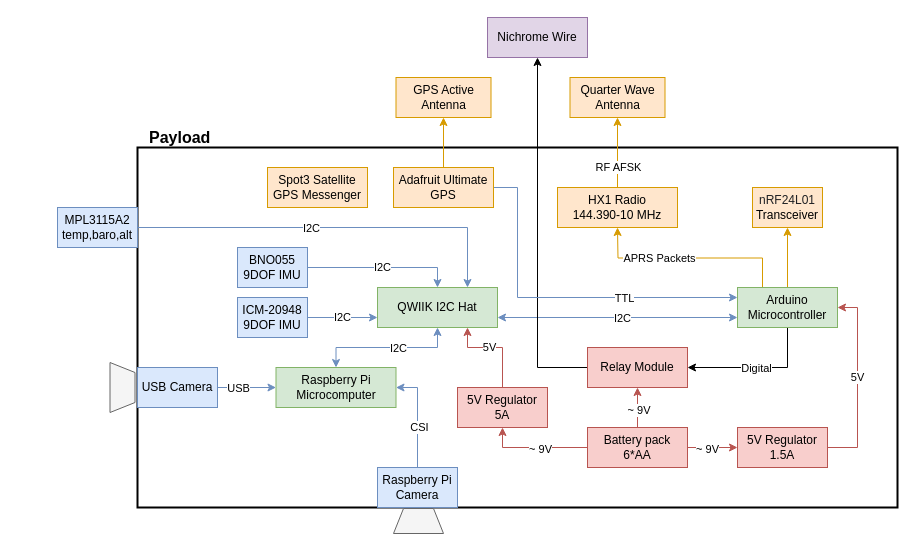
GAVLab/ros-hab-dcs keeps this draw.io diagram as page "System Diagram" (2 of 2) of diagrams/electrical_block_diagram.drawio. Above is the earlier version. Source tidied: cells renumbered, new cells numbered last; positions are measured from the earlier drawing's top-left corner, leaving out a move shared by most shapes. Both pictures are drawn from the tidied source at 100%, with x=0, y=0 at pixel (57, 17).
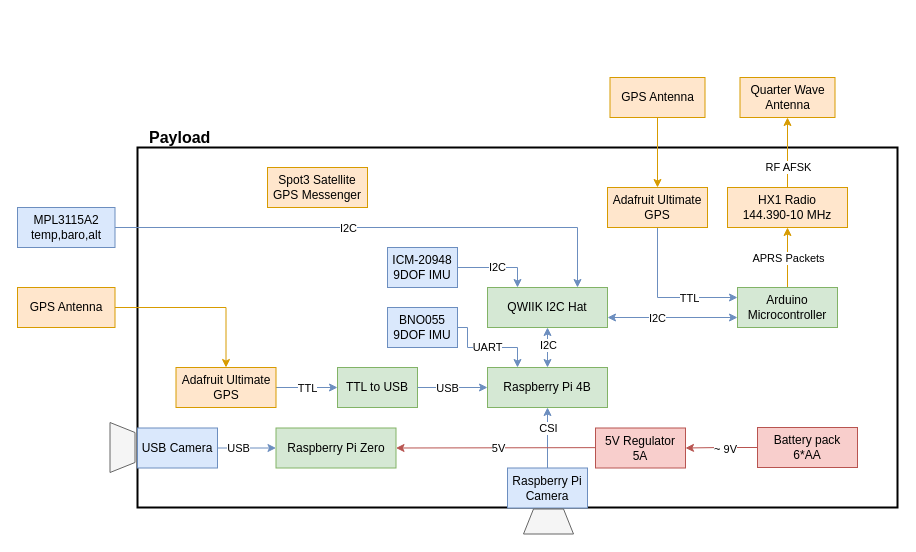
The same diagram, later.

Unchanged cells that the change refers to:
```xml
<mxCell id="30" value="Arduino&lt;br&gt;Microcontroller" style="rounded=0;whiteSpace=wrap;html=1;fillColor=#d5e8d4;strokeColor=#82b366;" parent="1" vertex="1">
  <mxGeometry x="680" y="270" width="100" height="40" as="geometry" />
</mxCell>
```

Diff of the diagram source:
```diff
@@
+    <mxCell id="57" style="edgeStyle=orthogonalEdgeStyle;rounded=0;jettySize=auto;html=1;exitX=0;exitY=0.5;exitDx=0;exitDy=0;entryX=1;entryY=0.5;entryDx=0;entryDy=0;startArrow=classic;startFill=1;endArrow=none;endFill=0;fillColor=#dae8fc;strokeColor=#6c8ebf;" parent="1" edge="1" source="64" target="62">
+      <mxGeometry relative="1" as="geometry" />
+    </mxCell>
+    <mxCell id="58" value="TTL" style="edgeLabel;html=1;align=center;verticalAlign=middle;" parent="57" vertex="1">
+      <mxGeometry x="-0.13" relative="1" as="geometry">
+        <mxPoint x="-3.1" as="offset" />
+      </mxGeometry>
+    </mxCell>
-    <mxCell id="5" value="Raspberry Pi&lt;br&gt;Microcomputer" style="rounded=0;whiteSpace=wrap;html=1;fillColor=#d5e8d4;strokeColor=#82b366;" parent="1" vertex="1">
-      <mxGeometry x="218.5" y="350" width="120" height="40" as="geometry" />
+    <mxCell id="5" value="Raspberry Pi 4B" style="rounded=0;whiteSpace=wrap;html=1;fillColor=#d5e8d4;strokeColor=#82b366;" parent="1" vertex="1">
+      <mxGeometry x="430" y="350" width="120" height="40" as="geometry" />
     </mxCell>
-    <mxCell id="6" style="edgeStyle=orthogonalEdgeStyle;rounded=0;jettySize=auto;html=1;startArrow=none;startFill=0;fontColor=#EA6B66;fillColor=#dae8fc;strokeColor=#6c8ebf;entryX=1;entryY=0.5;entryDx=0;entryDy=0;" parent="1" edge="1" source="8" target="5">
+    <mxCell id="6" style="edgeStyle=orthogonalEdgeStyle;rounded=0;jettySize=auto;html=1;startArrow=none;startFill=0;fontColor=#EA6B66;fillColor=#dae8fc;strokeColor=#6c8ebf;entryX=0.5;entryY=1;entryDx=0;entryDy=0;exitX=0.5;exitY=0;exitDx=0;exitDy=0;" parent="1" edge="1" source="8" target="5">
       <mxGeometry relative="1" as="geometry">
         <Array as="points">
-          <mxPoint x="360" y="370" />
+          <mxPoint x="490" y="390" />
         </Array>
       </mxGeometry>
     </mxCell>
     <mxCell id="7" value="CSI" style="edgeLabel;html=1;align=center;verticalAlign=middle;fontColor=#000000;" parent="6" vertex="1">
       <mxGeometry x="-0.33" relative="1" as="geometry">
-        <mxPoint x="1" y="-6.7" as="offset" />
+        <mxPoint y="-20" as="offset" />
       </mxGeometry>
     </mxCell>
     <mxCell id="8" value="Raspberry Pi&lt;br&gt;Camera" style="rounded=0;whiteSpace=wrap;html=1;fillColor=#dae8fc;strokeColor=#6c8ebf;" parent="1" vertex="1">
-      <mxGeometry x="320" y="450" width="80" height="40" as="geometry" />
+      <mxGeometry x="450" y="450.5" width="80" height="40" as="geometry" />
     </mxCell>
-    <mxCell id="9" value="I2C" style="edgeStyle=orthogonalEdgeStyle;rounded=0;jettySize=auto;html=1;startArrow=none;startFill=0;fontColor=#000000;fillColor=#dae8fc;strokeColor=#6c8ebf;entryX=0.5;entryY=0;entryDx=0;entryDy=0;" parent="1" edge="1" source="10" target="39">
-      <mxGeometry relative="1" as="geometry" />
+    <mxCell id="9" value="UART" style="edgeStyle=orthogonalEdgeStyle;rounded=0;jettySize=auto;html=1;startArrow=none;startFill=0;fontColor=#000000;fillColor=#dae8fc;strokeColor=#6c8ebf;" parent="1" edge="1" source="10">
+      <mxGeometry relative="1" as="geometry">
+        <mxPoint x="460" y="350" as="targetPoint" />
+        <Array as="points">
+          <mxPoint x="410" y="310" />
+          <mxPoint x="410" y="330" />
+          <mxPoint x="460" y="330" />
+        </Array>
+      </mxGeometry>
     </mxCell>
     <mxCell id="10" value="BNO055 9DOF IMU" style="rounded=0;whiteSpace=wrap;html=1;fillColor=#dae8fc;strokeColor=#6c8ebf;" parent="1" vertex="1">
-      <mxGeometry x="180" y="230" width="70" height="40" as="geometry" />
+      <mxGeometry x="330" y="290" width="70" height="40" as="geometry" />
     </mxCell>
-    <mxCell id="11" value="&lt;font style=&quot;font-size: 12px&quot;&gt;&lt;span style=&quot;color: rgb(32 , 33 , 36) ; text-align: left&quot;&gt;nRF24L01&lt;/span&gt;&lt;br&gt;Transceiver&lt;/font&gt;" style="rounded=0;whiteSpace=wrap;html=1;fillColor=#ffe6cc;strokeColor=#d79b00;" parent="1" vertex="1">
-      <mxGeometry x="695" y="170" width="70" height="40" as="geometry" />
-    </mxCell>
@@
     <mxCell id="14" value="MPL3115A2 temp,baro,alt" style="rounded=0;whiteSpace=wrap;html=1;fillColor=#dae8fc;strokeColor=#6c8ebf;" parent="1" vertex="1">
-      <mxGeometry y="190" width="80" height="40" as="geometry" />
+      <mxGeometry x="-40" y="190" width="97.5" height="40" as="geometry" />
     </mxCell>
-    <mxCell id="15" style="edgeStyle=orthogonalEdgeStyle;rounded=0;jettySize=auto;html=1;entryX=0;entryY=0.5;entryDx=0;entryDy=0;startArrow=none;startFill=0;fontColor=#EA6B66;fillColor=#dae8fc;strokeColor=#6c8ebf;" parent="1" edge="1" source="17" target="5">
+    <mxCell id="15" style="edgeStyle=orthogonalEdgeStyle;rounded=0;jettySize=auto;html=1;entryX=0;entryY=0.5;entryDx=0;entryDy=0;startArrow=none;startFill=0;fontColor=#EA6B66;fillColor=#dae8fc;strokeColor=#6c8ebf;" parent="1" edge="1" source="17" target="60">
       <mxGeometry relative="1" as="geometry" />
     </mxCell>
@@
     <mxCell id="17" value="USB Camera" style="rounded=0;whiteSpace=wrap;html=1;fillColor=#dae8fc;strokeColor=#6c8ebf;" parent="1" vertex="1">
-      <mxGeometry x="80" y="350" width="80" height="40" as="geometry" />
+      <mxGeometry x="80" y="410.5" width="80" height="40" as="geometry" />
     </mxCell>
-    <mxCell id="18" style="edgeStyle=orthogonalEdgeStyle;rounded=0;jettySize=auto;html=1;startArrow=none;startFill=0;fontColor=#000000;fillColor=#f8cecc;strokeColor=#b85450;" parent="1" edge="1" source="24" target="42">
-      <mxGeometry relative="1" as="geometry" />
-    </mxCell>
-    <mxCell id="19" value="&amp;nbsp;~ 9V" style="edgeLabel;html=1;align=center;verticalAlign=middle;fontColor=#000000;" parent="18" vertex="1">
-      <mxGeometry x="-0.1" y="1" relative="1" as="geometry" />
-    </mxCell>
-    <mxCell id="20" style="edgeStyle=orthogonalEdgeStyle;rounded=0;jettySize=auto;html=1;exitX=1;exitY=0.5;exitDx=0;exitDy=0;entryX=0;entryY=0.5;entryDx=0;entryDy=0;endArrow=classic;endFill=1;fillColor=#f8cecc;strokeColor=#b85450;" parent="1" edge="1" source="24" target="36">
-      <mxGeometry relative="1" as="geometry" />
-    </mxCell>
-    <mxCell id="21" value="~ 9V" style="edgeLabel;html=1;align=center;verticalAlign=middle;" parent="20" vertex="1">
-      <mxGeometry x="-0.25" y="-1" relative="1" as="geometry" />
-    </mxCell>
-    <mxCell id="22" style="edgeStyle=orthogonalEdgeStyle;rounded=0;jettySize=auto;html=1;exitX=0;exitY=0.5;exitDx=0;exitDy=0;entryX=0.5;entryY=1;entryDx=0;entryDy=0;endArrow=classic;endFill=1;fillColor=#f8cecc;strokeColor=#b85450;" parent="1" edge="1" source="24" target="56">
+    <mxCell id="22" style="edgeStyle=orthogonalEdgeStyle;rounded=0;jettySize=auto;html=1;exitX=0;exitY=0.5;exitDx=0;exitDy=0;entryX=1;entryY=0.5;entryDx=0;entryDy=0;endArrow=classic;endFill=1;fillColor=#f8cecc;strokeColor=#b85450;" parent="1" edge="1" source="24" target="56">
       <mxGeometry relative="1" as="geometry" />
     </mxCell>
@@
     <mxCell id="24" value="Battery pack&lt;br&gt;6*AA" style="rounded=0;whiteSpace=wrap;html=1;fillColor=#f8cecc;strokeColor=#b85450;" parent="1" vertex="1">
-      <mxGeometry x="530" y="410" width="100" height="40" as="geometry" />
+      <mxGeometry x="700" y="410" width="100" height="40" as="geometry" />
     </mxCell>
-    <mxCell id="25" style="edgeStyle=orthogonalEdgeStyle;rounded=0;jettySize=auto;html=1;exitX=0.5;exitY=0;exitDx=0;exitDy=0;entryX=0.5;entryY=1;entryDx=0;entryDy=0;startArrow=none;startFill=0;fillColor=#ffe6cc;strokeColor=#d79b00;" parent="1" edge="1" source="30" target="11">
-      <mxGeometry relative="1" as="geometry" />
-    </mxCell>
-    <mxCell id="26" style="edgeStyle=orthogonalEdgeStyle;rounded=0;jettySize=auto;html=1;entryX=1;entryY=0.5;entryDx=0;entryDy=0;startArrow=none;startFill=0;fontColor=#EA6B66;exitX=0.5;exitY=1;exitDx=0;exitDy=0;" parent="1" edge="1" source="30" target="42">
-      <mxGeometry relative="1" as="geometry" />
-    </mxCell>
-    <mxCell id="27" value="Digital" style="edgeLabel;html=1;align=center;verticalAlign=middle;" parent="26" vertex="1">
-      <mxGeometry x="0.03" relative="1" as="geometry" />
-    </mxCell>
-    <mxCell id="28" style="edgeStyle=orthogonalEdgeStyle;rounded=0;jettySize=auto;html=1;exitX=0.25;exitY=0;exitDx=0;exitDy=0;entryX=0.5;entryY=1;entryDx=0;entryDy=0;startArrow=none;startFill=0;fontColor=#000000;fillColor=#ffe6cc;strokeColor=#d79b00;" parent="1" edge="1" source="30">
-      <mxGeometry relative="1" as="geometry">
-        <mxPoint x="560" y="210" as="targetPoint" />
-      </mxGeometry>
+    <mxCell id="28" style="edgeStyle=orthogonalEdgeStyle;rounded=0;jettySize=auto;html=1;exitX=0.5;exitY=0;exitDx=0;exitDy=0;entryX=0.5;entryY=1;entryDx=0;entryDy=0;startArrow=none;startFill=0;fontColor=#000000;fillColor=#ffe6cc;strokeColor=#d79b00;" parent="1" edge="1" source="30" target="45">
+      <mxGeometry relative="1" as="geometry" />
     </mxCell>
     <mxCell id="29" value="APRS Packets" style="edgeLabel;html=1;align=center;verticalAlign=middle;fontColor=#000000;" parent="28" vertex="1">
       <mxGeometry x="0.21" relative="1" as="geometry">
-        <mxPoint x="-9.2" as="offset" />
+        <mxPoint y="6.5" as="offset" />
       </mxGeometry>
     </mxCell>
@@
     <mxCell id="31" style="edgeStyle=orthogonalEdgeStyle;rounded=0;jettySize=auto;html=1;entryX=0.5;entryY=1;entryDx=0;entryDy=0;startArrow=none;startFill=0;fontColor=#000000;fillColor=#ffe6cc;strokeColor=#d79b00;exitX=0.5;exitY=0;exitDx=0;exitDy=0;" parent="1" edge="1" target="44">
       <mxGeometry relative="1" as="geometry">
-        <mxPoint x="560" y="170" as="sourcePoint" />
+        <mxPoint x="730" y="170" as="sourcePoint" />
         <Array as="points">
-          <mxPoint x="560" y="100" />
-          <mxPoint x="560" y="100" />
+          <mxPoint x="730" y="100" />
+          <mxPoint x="730" y="100" />
         </Array>
       </mxGeometry>
     </mxCell>
@@
-    <mxCell id="33" value="I2C" style="edgeStyle=orthogonalEdgeStyle;rounded=0;jettySize=auto;html=1;exitX=1;exitY=0.5;exitDx=0;exitDy=0;entryX=0;entryY=0.75;entryDx=0;entryDy=0;endArrow=classic;endFill=1;fillColor=#dae8fc;strokeColor=#6c8ebf;" parent="1" edge="1" source="34" target="39">
+    <mxCell id="33" value="I2C" style="edgeStyle=orthogonalEdgeStyle;rounded=0;jettySize=auto;html=1;exitX=1;exitY=0.5;exitDx=0;exitDy=0;entryX=0.25;entryY=0;entryDx=0;entryDy=0;endArrow=classic;endFill=1;fillColor=#dae8fc;strokeColor=#6c8ebf;" parent="1" edge="1" source="34" target="39">
       <mxGeometry relative="1" as="geometry" />
     </mxCell>
     <mxCell id="34" value="ICM-20948&lt;br&gt;9DOF IMU" style="rounded=0;whiteSpace=wrap;html=1;fillColor=#dae8fc;strokeColor=#6c8ebf;" parent="1" vertex="1">
-      <mxGeometry x="180" y="280" width="70" height="40" as="geometry" />
+      <mxGeometry x="330" y="230" width="70" height="40" as="geometry" />
     </mxCell>
-    <mxCell id="35" value="&lt;font color=&quot;#000000&quot;&gt;5V&lt;/font&gt;" style="edgeStyle=orthogonalEdgeStyle;rounded=0;jettySize=auto;html=1;exitX=1;exitY=0.5;exitDx=0;exitDy=0;entryX=1;entryY=0.5;entryDx=0;entryDy=0;startArrow=none;startFill=0;fontColor=#97D077;fillColor=#f8cecc;strokeColor=#b85450;" parent="1" edge="1" source="36" target="30">
-      <mxGeometry x="0.05" relative="1" as="geometry" />
-    </mxCell>
-    <mxCell id="36" value="5V Regulator&lt;br&gt;1.5A" style="rounded=0;whiteSpace=wrap;html=1;fillColor=#f8cecc;strokeColor=#b85450;" parent="1" vertex="1">
-      <mxGeometry x="680" y="410" width="90" height="40" as="geometry" />
-    </mxCell>
@@
     <mxCell id="39" value="QWIIK I2C Hat" style="rounded=0;whiteSpace=wrap;html=1;fillColor=#d5e8d4;strokeColor=#82b366;" parent="1" vertex="1">
-      <mxGeometry x="320" y="270" width="120" height="40" as="geometry" />
+      <mxGeometry x="430" y="270" width="120" height="40" as="geometry" />
     </mxCell>
-    <mxCell id="40" value="Nichrome Wire" style="rounded=0;whiteSpace=wrap;html=1;fillColor=#e1d5e7;strokeColor=#9673a6;" parent="1" vertex="1">
-      <mxGeometry x="430" width="100" height="40" as="geometry" />
-    </mxCell>
-    <mxCell id="41" style="edgeStyle=orthogonalEdgeStyle;rounded=0;jettySize=auto;html=1;entryX=0.5;entryY=1;entryDx=0;entryDy=0;startArrow=none;startFill=0;fontColor=#000000;" parent="1" edge="1" source="42" target="40">
-      <mxGeometry relative="1" as="geometry">
-        <Array as="points">
-          <mxPoint x="480" y="350" />
-        </Array>
-      </mxGeometry>
-    </mxCell>
-    <mxCell id="42" value="Relay Module" style="rounded=0;whiteSpace=wrap;html=1;fillColor=#f8cecc;strokeColor=#b85450;" parent="1" vertex="1">
-      <mxGeometry x="530" y="330" width="100" height="40" as="geometry" />
-    </mxCell>
@@
     <mxCell id="44" value="Quarter Wave Antenna" style="rounded=0;whiteSpace=wrap;html=1;fillColor=#ffe6cc;strokeColor=#d79b00;" parent="1" vertex="1">
-      <mxGeometry x="512.5" y="60" width="95" height="40" as="geometry" />
+      <mxGeometry x="682.5" y="60" width="95" height="40" as="geometry" />
     </mxCell>
     <mxCell id="45" value="HX1 Radio&lt;br&gt;144.390-10 MHz" style="rounded=0;whiteSpace=wrap;html=1;strokeColor=#d79b00;strokeWidth=1;fillColor=#ffe6cc;" parent="1" vertex="1">
-      <mxGeometry x="500" y="170" width="120" height="40" as="geometry" />
+      <mxGeometry x="670" y="170" width="120" height="40" as="geometry" />
     </mxCell>
@@
     <mxCell id="47" style="shape=trapezoid;perimeter=trapezoidPerimeter;whiteSpace=wrap;html=1;fixedSize=1;strokeColor=#666666;strokeWidth=1;fillColor=#f5f5f5;fontSize=16;fontColor=#333333;align=left;rotation=90;size=10;" parent="1" vertex="1">
-      <mxGeometry x="40" y="357.5" width="50" height="25" as="geometry" />
+      <mxGeometry x="40" y="417.5" width="50" height="25" as="geometry" />
     </mxCell>
     <mxCell id="48" style="shape=trapezoid;perimeter=trapezoidPerimeter;whiteSpace=wrap;html=1;fixedSize=1;strokeColor=#666666;strokeWidth=1;fillColor=#f5f5f5;fontSize=16;fontColor=#333333;align=left;rotation=0;size=10;" parent="1" vertex="1">
-      <mxGeometry x="336" y="491" width="50" height="25" as="geometry" />
+      <mxGeometry x="466" y="491.5" width="50" height="25" as="geometry" />
     </mxCell>
-    <mxCell id="49" style="edgeStyle=orthogonalEdgeStyle;rounded=0;jettySize=auto;html=1;entryX=0;entryY=0.25;entryDx=0;entryDy=0;startArrow=none;startFill=0;endArrow=classic;endFill=1;fontSize=16;fontColor=#000000;fillColor=#dae8fc;strokeColor=#6c8ebf;" parent="1" edge="1" source="52" target="30">
+    <mxCell id="49" style="edgeStyle=orthogonalEdgeStyle;rounded=0;jettySize=auto;html=1;entryX=0;entryY=0.25;entryDx=0;entryDy=0;startArrow=none;startFill=0;endArrow=classic;endFill=1;fontSize=16;fontColor=#000000;fillColor=#dae8fc;strokeColor=#6c8ebf;exitX=0.5;exitY=1;exitDx=0;exitDy=0;" parent="1" edge="1" source="52" target="30">
       <mxGeometry relative="1" as="geometry">
         <Array as="points">
-          <mxPoint x="460" y="170" />
-          <mxPoint x="460" y="280" />
+          <mxPoint x="600" y="280" />
         </Array>
       </mxGeometry>
     </mxCell>
@@
-    <mxCell id="51" style="edgeStyle=orthogonalEdgeStyle;rounded=0;jettySize=auto;html=1;entryX=0.5;entryY=1;entryDx=0;entryDy=0;endArrow=classic;endFill=1;fillColor=#ffe6cc;strokeColor=#d79b00;" parent="1" edge="1" source="52" target="53">
+    <mxCell id="51" style="edgeStyle=orthogonalEdgeStyle;rounded=0;jettySize=auto;html=1;entryX=0.5;entryY=1;entryDx=0;entryDy=0;endArrow=none;endFill=0;fillColor=#ffe6cc;strokeColor=#d79b00;startArrow=classic;startFill=1;" parent="1" edge="1" source="52" target="53">
       <mxGeometry relative="1" as="geometry" />
     </mxCell>
     <mxCell id="52" value="&lt;span style=&quot;text-align: left&quot;&gt;Adafruit Ultimate GPS&lt;/span&gt;" style="rounded=0;whiteSpace=wrap;html=1;fillColor=#ffe6cc;strokeColor=#d79b00;" parent="1" vertex="1">
-      <mxGeometry x="336" y="150" width="100" height="40" as="geometry" />
+      <mxGeometry x="550" y="170" width="100" height="40" as="geometry" />
     </mxCell>
-    <mxCell id="53" value="GPS Active Antenna" style="rounded=0;whiteSpace=wrap;html=1;fillColor=#ffe6cc;strokeColor=#d79b00;" parent="1" vertex="1">
-      <mxGeometry x="338.5" y="60" width="95" height="40" as="geometry" />
+    <mxCell id="53" value="GPS Antenna" style="rounded=0;whiteSpace=wrap;html=1;fillColor=#ffe6cc;strokeColor=#d79b00;" parent="1" vertex="1">
+      <mxGeometry x="552.5" y="60" width="95" height="40" as="geometry" />
     </mxCell>
-    <mxCell id="54" style="edgeStyle=orthogonalEdgeStyle;rounded=0;jettySize=auto;html=1;exitX=0.5;exitY=0;exitDx=0;exitDy=0;entryX=0.75;entryY=1;entryDx=0;entryDy=0;endArrow=classic;endFill=1;fillColor=#f8cecc;strokeColor=#b85450;" parent="1" edge="1" source="56" target="39">
-      <mxGeometry relative="1" as="geometry">
-        <Array as="points">
-          <mxPoint x="445" y="330" />
-          <mxPoint x="410" y="330" />
-        </Array>
-      </mxGeometry>
-    </mxCell>
+    <mxCell id="59" style="edgeStyle=orthogonalEdgeStyle;rounded=0;jettySize=auto;html=1;exitX=0.25;exitY=1;exitDx=0;exitDy=0;entryX=1;entryY=0.5;entryDx=0;entryDy=0;endArrow=classic;endFill=1;fillColor=#f8cecc;strokeColor=#b85450;" parent="1" edge="1" source="56" target="60">
+      <mxGeometry relative="1" as="geometry">
+        <Array as="points">
+          <mxPoint x="612" y="430" />
+          <mxPoint x="400" y="430" />
+        </Array>
+      </mxGeometry>
+    </mxCell>
-    <mxCell id="55" value="5V" style="edgeLabel;html=1;align=center;verticalAlign=middle;" parent="54" vertex="1">
-      <mxGeometry x="0.14" y="-1" relative="1" as="geometry" />
+    <mxCell id="55" value="5V" style="edgeLabel;html=1;align=center;verticalAlign=middle;" parent="59" vertex="1">
+      <mxGeometry x="-0.53" relative="1" as="geometry">
+        <mxPoint x="-162.9" as="offset" />
+      </mxGeometry>
     </mxCell>
     <mxCell id="56" value="5V Regulator&lt;br&gt;5A" style="rounded=0;whiteSpace=wrap;html=1;fillColor=#f8cecc;strokeColor=#b85450;" parent="1" vertex="1">
-      <mxGeometry x="400" y="370" width="90" height="40" as="geometry" />
+      <mxGeometry x="538" y="410.5" width="90" height="40" as="geometry" />
     </mxCell>
+    <mxCell id="60" value="Raspberry Pi Zero" style="rounded=0;whiteSpace=wrap;html=1;fillColor=#d5e8d4;strokeColor=#82b366;" parent="1" vertex="1">
+      <mxGeometry x="218.5" y="410.5" width="120" height="40" as="geometry" />
+    </mxCell>
+    <mxCell id="61" style="edgeStyle=orthogonalEdgeStyle;rounded=0;jettySize=auto;html=1;exitX=0.5;exitY=0;exitDx=0;exitDy=0;startArrow=classic;startFill=1;endArrow=none;endFill=0;fillColor=#ffe6cc;strokeColor=#d79b00;entryX=1;entryY=0.5;entryDx=0;entryDy=0;" parent="1" edge="1" source="62" target="63">
+      <mxGeometry relative="1" as="geometry" />
+    </mxCell>
+    <mxCell id="62" value="&lt;span style=&quot;text-align: left&quot;&gt;Adafruit Ultimate GPS&lt;/span&gt;" style="rounded=0;whiteSpace=wrap;html=1;fillColor=#ffe6cc;strokeColor=#d79b00;" parent="1" vertex="1">
+      <mxGeometry x="118.5" y="350" width="100" height="40" as="geometry" />
+    </mxCell>
+    <mxCell id="63" value="GPS Antenna" style="rounded=0;whiteSpace=wrap;html=1;fillColor=#ffe6cc;strokeColor=#d79b00;" parent="1" vertex="1">
+      <mxGeometry x="-40" y="270" width="97.5" height="40" as="geometry" />
+    </mxCell>
+    <mxCell id="64" value="TTL to USB" style="rounded=0;whiteSpace=wrap;html=1;fillColor=#d5e8d4;strokeColor=#82b366;" parent="1" vertex="1">
+      <mxGeometry x="280" y="350" width="80" height="40" as="geometry" />
+    </mxCell>
+    <mxCell id="65" style="edgeStyle=orthogonalEdgeStyle;rounded=0;jettySize=auto;html=1;exitX=0;exitY=0.5;exitDx=0;exitDy=0;entryX=1;entryY=0.5;entryDx=0;entryDy=0;startArrow=classic;startFill=1;endArrow=none;endFill=0;fillColor=#dae8fc;strokeColor=#6c8ebf;" parent="1" edge="1" source="5" target="64">
+      <mxGeometry relative="1" as="geometry" />
+    </mxCell>
+    <mxCell id="66" value="USB" style="edgeLabel;html=1;align=center;verticalAlign=middle;" parent="65" vertex="1">
+      <mxGeometry x="0.42" y="-2" relative="1" as="geometry">
+        <mxPoint x="9.7" y="2" as="offset" />
+      </mxGeometry>
+    </mxCell>
```
